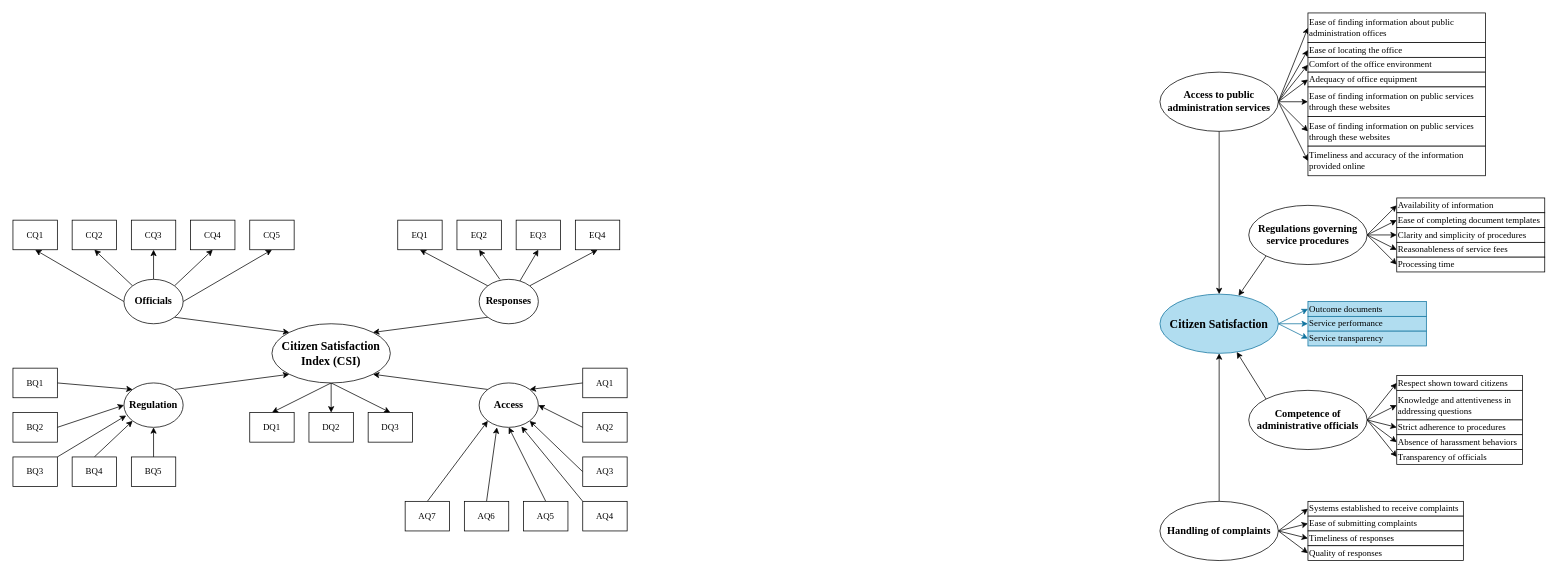
hnks-gh/draw.io keeps this draw.io diagram as r2.drawio. Above is the earlier version. Source tidied: cells renumbered, new cells numbered last; positions are measured from the earlier drawing's top-left corner, leaving out a move shared by most shapes. Both pictures are drawn from the tidied source at 74%, with x=0, y=0 at pixel (13, 13).
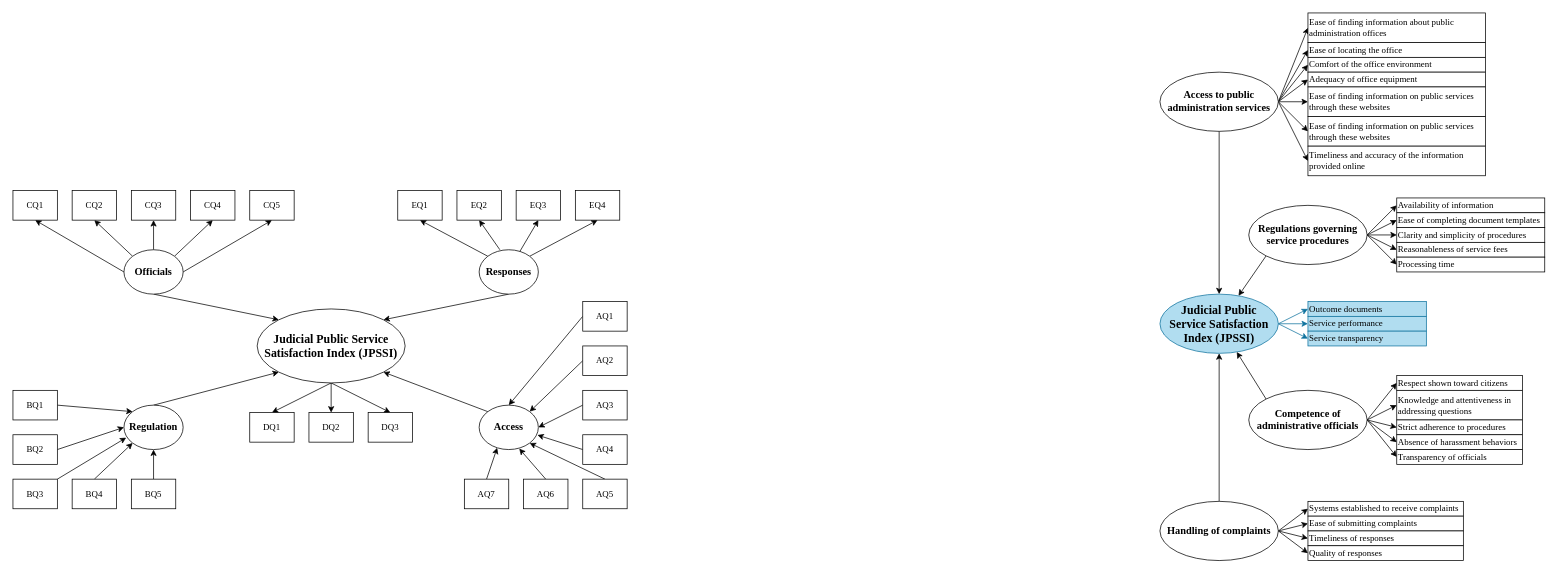
Above is the later version.

Change to the diagram source:
```diff
@@
-    <mxCell id="5" value="Citizen Satisfaction Index (CSI)" style="ellipse;whiteSpace=wrap;html=1;fontFamily=Times New Roman;fontStyle=1;fontSize=16;" parent="1" vertex="1">
-      <mxGeometry x="350" y="420" width="160" height="80" as="geometry" />
+    <mxCell id="5" value="Judicial Public Service Satisfaction Index (JPSSI)" style="ellipse;whiteSpace=wrap;html=1;fontFamily=Times New Roman;fontStyle=1;fontSize=16;" parent="1" vertex="1">
+      <mxGeometry x="330" y="400" width="200" height="100" as="geometry" />
     </mxCell>
-    <mxCell id="6" style="rounded=0;jettySize=auto;html=1;exitX=0;exitY=1;exitDx=0;exitDy=0;entryX=1;entryY=0;entryDx=0;entryDy=0;fontFamily=Times New Roman;" parent="1" edge="1" source="11" target="5">
+    <mxCell id="6" style="rounded=0;jettySize=auto;html=1;exitX=0.5;exitY=1;exitDx=0;exitDy=0;entryX=1;entryY=0;entryDx=0;entryDy=0;fontFamily=Times New Roman;" parent="1" edge="1" source="11" target="5">
       <mxGeometry relative="1" as="geometry" />
     </mxCell>
@@
     <mxCell id="11" value="Responses" style="ellipse;whiteSpace=wrap;html=1;fontFamily=Times New Roman;fontStyle=1;fontSize=14;" parent="1" vertex="1">
-      <mxGeometry x="630" y="360" width="80" height="60" as="geometry" />
+      <mxGeometry x="630" y="320" width="80" height="60" as="geometry" />
     </mxCell>
@@
     <mxCell id="13" value="Access" style="ellipse;whiteSpace=wrap;html=1;fontFamily=Times New Roman;fontStyle=1;fontSize=14;" parent="1" vertex="1">
-      <mxGeometry x="630" y="500" width="80" height="60" as="geometry" />
+      <mxGeometry x="630" y="530" width="80" height="60" as="geometry" />
     </mxCell>
-    <mxCell id="14" style="rounded=0;jettySize=auto;html=1;exitX=1;exitY=0;exitDx=0;exitDy=0;entryX=0;entryY=1;entryDx=0;entryDy=0;fontFamily=Times New Roman;" parent="1" edge="1" source="15" target="5">
+    <mxCell id="14" style="rounded=0;jettySize=auto;html=1;exitX=0.5;exitY=0;exitDx=0;exitDy=0;entryX=0;entryY=1;entryDx=0;entryDy=0;fontFamily=Times New Roman;" parent="1" edge="1" source="15" target="5">
       <mxGeometry relative="1" as="geometry" />
     </mxCell>
     <mxCell id="15" value="Regulation" style="ellipse;whiteSpace=wrap;html=1;fontFamily=Times New Roman;fontStyle=1;fontSize=14;" parent="1" vertex="1">
-      <mxGeometry x="150" y="500" width="80" height="60" as="geometry" />
+      <mxGeometry x="150" y="530" width="80" height="60" as="geometry" />
     </mxCell>
-    <mxCell id="16" style="rounded=0;jettySize=auto;html=1;exitX=1;exitY=1;exitDx=0;exitDy=0;entryX=0;entryY=0;entryDx=0;entryDy=0;fontFamily=Times New Roman;" parent="1" edge="1" source="22" target="5">
+    <mxCell id="16" style="rounded=0;jettySize=auto;html=1;exitX=0.5;exitY=1;exitDx=0;exitDy=0;entryX=0;entryY=0;entryDx=0;entryDy=0;fontFamily=Times New Roman;" parent="1" edge="1" source="22" target="5">
       <mxGeometry relative="1" as="geometry" />
     </mxCell>
@@
     <mxCell id="22" value="Officials" style="ellipse;whiteSpace=wrap;html=1;fontFamily=Times New Roman;fontStyle=1;fontSize=14;" parent="1" vertex="1">
-      <mxGeometry x="150" y="360" width="80" height="60" as="geometry" />
+      <mxGeometry x="150" y="320" width="80" height="60" as="geometry" />
     </mxCell>
@@
     <mxCell id="26" value="CQ1" style="rounded=0;whiteSpace=wrap;html=1;fontFamily=Times New Roman;" parent="1" vertex="1">
-      <mxGeometry y="280" width="60" height="40" as="geometry" />
+      <mxGeometry y="240" width="60" height="40" as="geometry" />
     </mxCell>
     <mxCell id="27" value="CQ2" style="rounded=0;whiteSpace=wrap;html=1;fontFamily=Times New Roman;" parent="1" vertex="1">
-      <mxGeometry x="80" y="280" width="60" height="40" as="geometry" />
+      <mxGeometry x="80" y="240" width="60" height="40" as="geometry" />
     </mxCell>
     <mxCell id="28" value="CQ3" style="rounded=0;whiteSpace=wrap;html=1;fontFamily=Times New Roman;" parent="1" vertex="1">
-      <mxGeometry x="160" y="280" width="60" height="40" as="geometry" />
+      <mxGeometry x="160" y="240" width="60" height="40" as="geometry" />
     </mxCell>
     <mxCell id="29" value="CQ4" style="rounded=0;whiteSpace=wrap;html=1;fontFamily=Times New Roman;" parent="1" vertex="1">
-      <mxGeometry x="240" y="280" width="60" height="40" as="geometry" />
+      <mxGeometry x="240" y="240" width="60" height="40" as="geometry" />
     </mxCell>
     <mxCell id="30" value="CQ5" style="rounded=0;whiteSpace=wrap;html=1;fontFamily=Times New Roman;" parent="1" vertex="1">
-      <mxGeometry x="320" y="280" width="60" height="40" as="geometry" />
+      <mxGeometry x="320" y="240" width="60" height="40" as="geometry" />
     </mxCell>
     <mxCell id="31" value="EQ1" style="rounded=0;whiteSpace=wrap;html=1;fontFamily=Times New Roman;" parent="1" vertex="1">
-      <mxGeometry x="520" y="280" width="60" height="40" as="geometry" />
+      <mxGeometry x="520" y="240" width="60" height="40" as="geometry" />
     </mxCell>
     <mxCell id="32" value="EQ2" style="rounded=0;whiteSpace=wrap;html=1;fontFamily=Times New Roman;" parent="1" vertex="1">
-      <mxGeometry x="600" y="280" width="60" height="40" as="geometry" />
+      <mxGeometry x="600" y="240" width="60" height="40" as="geometry" />
     </mxCell>
     <mxCell id="33" value="EQ3" style="rounded=0;whiteSpace=wrap;html=1;fontFamily=Times New Roman;" parent="1" vertex="1">
-      <mxGeometry x="680" y="280" width="60" height="40" as="geometry" />
+      <mxGeometry x="680" y="240" width="60" height="40" as="geometry" />
     </mxCell>
     <mxCell id="34" value="EQ4" style="rounded=0;whiteSpace=wrap;html=1;fontFamily=Times New Roman;" parent="1" vertex="1">
-      <mxGeometry x="760" y="280" width="60" height="40" as="geometry" />
+      <mxGeometry x="760" y="240" width="60" height="40" as="geometry" />
     </mxCell>
@@
     <mxCell id="36" value="BQ1" style="rounded=0;whiteSpace=wrap;html=1;fontFamily=Times New Roman;" parent="1" vertex="1">
-      <mxGeometry y="480" width="60" height="40" as="geometry" />
+      <mxGeometry y="510" width="60" height="40" as="geometry" />
     </mxCell>
@@
     <mxCell id="38" value="BQ2" style="rounded=0;whiteSpace=wrap;html=1;fontFamily=Times New Roman;" parent="1" vertex="1">
-      <mxGeometry y="540" width="60" height="40" as="geometry" />
+      <mxGeometry y="570" width="60" height="40" as="geometry" />
     </mxCell>
@@
     <mxCell id="40" value="BQ3" style="rounded=0;whiteSpace=wrap;html=1;fontFamily=Times New Roman;" parent="1" vertex="1">
-      <mxGeometry y="600" width="60" height="40" as="geometry" />
+      <mxGeometry y="630" width="60" height="40" as="geometry" />
     </mxCell>
@@
     <mxCell id="42" value="BQ4" style="rounded=0;whiteSpace=wrap;html=1;fontFamily=Times New Roman;" parent="1" vertex="1">
-      <mxGeometry x="80" y="600" width="60" height="40" as="geometry" />
+      <mxGeometry x="80" y="630" width="60" height="40" as="geometry" />
     </mxCell>
@@
     <mxCell id="44" value="BQ5" style="rounded=0;whiteSpace=wrap;html=1;fontFamily=Times New Roman;" parent="1" vertex="1">
-      <mxGeometry x="160" y="600" width="60" height="40" as="geometry" />
+      <mxGeometry x="160" y="630" width="60" height="40" as="geometry" />
     </mxCell>
-    <mxCell id="45" style="rounded=0;jettySize=auto;html=1;exitX=0;exitY=0.5;exitDx=0;exitDy=0;entryX=1;entryY=0;entryDx=0;entryDy=0;fontFamily=Times New Roman;" parent="1" edge="1" source="46" target="13">
+    <mxCell id="45" style="rounded=0;jettySize=auto;html=1;exitX=0;exitY=0.5;exitDx=0;exitDy=0;entryX=0.5;entryY=0;entryDx=0;entryDy=0;fontFamily=Times New Roman;" parent="1" edge="1" source="46" target="13">
       <mxGeometry relative="1" as="geometry" />
     </mxCell>
     <mxCell id="46" value="AQ1" style="rounded=0;whiteSpace=wrap;html=1;fontFamily=Times New Roman;" parent="1" vertex="1">
-      <mxGeometry x="770" y="480" width="60" height="40" as="geometry" />
+      <mxGeometry x="770" y="390" width="60" height="40" as="geometry" />
     </mxCell>
-    <mxCell id="47" style="rounded=0;jettySize=auto;html=1;exitX=0;exitY=0.5;exitDx=0;exitDy=0;entryX=1;entryY=0.5;entryDx=0;entryDy=0;fontFamily=Times New Roman;" parent="1" edge="1" source="48" target="13">
+    <mxCell id="47" style="rounded=0;jettySize=auto;html=1;exitX=0;exitY=0.5;exitDx=0;exitDy=0;entryX=1;entryY=0;entryDx=0;entryDy=0;fontFamily=Times New Roman;" parent="1" edge="1" source="48" target="13">
       <mxGeometry relative="1" as="geometry" />
     </mxCell>
     <mxCell id="48" value="AQ2" style="rounded=0;whiteSpace=wrap;html=1;fontFamily=Times New Roman;" parent="1" vertex="1">
-      <mxGeometry x="770" y="540" width="60" height="40" as="geometry" />
+      <mxGeometry x="770" y="450" width="60" height="40" as="geometry" />
     </mxCell>
-    <mxCell id="49" style="rounded=0;jettySize=auto;html=1;exitX=0;exitY=0.5;exitDx=0;exitDy=0;entryX=1;entryY=1;entryDx=0;entryDy=0;fontFamily=Times New Roman;" parent="1" edge="1" source="50" target="13">
+    <mxCell id="49" style="rounded=0;jettySize=auto;html=1;exitX=0;exitY=0.5;exitDx=0;exitDy=0;entryX=1;entryY=0.5;entryDx=0;entryDy=0;fontFamily=Times New Roman;" parent="1" edge="1" source="50" target="13">
       <mxGeometry relative="1" as="geometry" />
     </mxCell>
     <mxCell id="50" value="AQ3" style="rounded=0;whiteSpace=wrap;html=1;fontFamily=Times New Roman;" parent="1" vertex="1">
-      <mxGeometry x="770" y="600" width="60" height="40" as="geometry" />
+      <mxGeometry x="770" y="510" width="60" height="40" as="geometry" />
     </mxCell>
-    <mxCell id="51" style="rounded=0;jettySize=auto;html=1;exitX=0;exitY=0;exitDx=0;exitDy=0;entryX=0.713;entryY=0.983;entryDx=0;entryDy=0;entryPerimeter=0;fontFamily=Times New Roman;" parent="1" edge="1" source="52" target="13">
+    <mxCell id="51" style="rounded=0;jettySize=auto;html=1;exitX=0;exitY=0.5;exitDx=0;exitDy=0;entryX=0.984;entryY=0.674;entryDx=0;entryDy=0;fontFamily=Times New Roman;entryPerimeter=0;" parent="1" edge="1" source="52" target="13">
       <mxGeometry relative="1" as="geometry" />
     </mxCell>
     <mxCell id="52" value="AQ4" style="rounded=0;whiteSpace=wrap;html=1;fontFamily=Times New Roman;" parent="1" vertex="1">
-      <mxGeometry x="770" y="660" width="60" height="40" as="geometry" />
+      <mxGeometry x="770" y="570" width="60" height="40" as="geometry" />
     </mxCell>
-    <mxCell id="53" style="rounded=0;jettySize=auto;html=1;exitX=0.5;exitY=0;exitDx=0;exitDy=0;entryX=0.5;entryY=1;entryDx=0;entryDy=0;fontFamily=Times New Roman;" parent="1" edge="1" source="54" target="13">
+    <mxCell id="53" style="rounded=0;jettySize=auto;html=1;exitX=0.5;exitY=0;exitDx=0;exitDy=0;entryX=1;entryY=1;entryDx=0;entryDy=0;fontFamily=Times New Roman;" parent="1" edge="1" source="54" target="13">
       <mxGeometry relative="1" as="geometry" />
     </mxCell>
     <mxCell id="54" value="AQ5" style="rounded=0;whiteSpace=wrap;html=1;fontFamily=Times New Roman;" parent="1" vertex="1">
-      <mxGeometry x="690" y="660" width="60" height="40" as="geometry" />
+      <mxGeometry x="770" y="630" width="60" height="40" as="geometry" />
     </mxCell>
-    <mxCell id="55" style="rounded=0;jettySize=auto;html=1;exitX=0.5;exitY=0;exitDx=0;exitDy=0;entryX=0.3;entryY=1;entryDx=0;entryDy=0;entryPerimeter=0;fontFamily=Times New Roman;" parent="1" edge="1" source="56" target="13">
+    <mxCell id="55" style="rounded=0;jettySize=auto;html=1;exitX=0.5;exitY=0;exitDx=0;exitDy=0;entryX=0.677;entryY=0.979;entryDx=0;entryDy=0;fontFamily=Times New Roman;entryPerimeter=0;" parent="1" edge="1" source="56" target="13">
       <mxGeometry relative="1" as="geometry" />
     </mxCell>
     <mxCell id="56" value="AQ6" style="rounded=0;whiteSpace=wrap;html=1;fontFamily=Times New Roman;" parent="1" vertex="1">
-      <mxGeometry x="610" y="660" width="60" height="40" as="geometry" />
+      <mxGeometry x="690" y="630" width="60" height="40" as="geometry" />
     </mxCell>
-    <mxCell id="57" style="rounded=0;jettySize=auto;html=1;exitX=0.5;exitY=0;exitDx=0;exitDy=0;entryX=0;entryY=1;entryDx=0;entryDy=0;fontFamily=Times New Roman;" parent="1" edge="1" source="58" target="13">
+    <mxCell id="57" style="rounded=0;jettySize=auto;html=1;exitX=0.5;exitY=0;exitDx=0;exitDy=0;entryX=0.305;entryY=0.96;entryDx=0;entryDy=0;fontFamily=Times New Roman;entryPerimeter=0;" parent="1" edge="1" source="58" target="13">
       <mxGeometry relative="1" as="geometry" />
     </mxCell>
     <mxCell id="58" value="AQ7" style="rounded=0;whiteSpace=wrap;html=1;fontFamily=Times New Roman;" parent="1" vertex="1">
-      <mxGeometry x="530" y="660" width="60" height="40" as="geometry" />
+      <mxGeometry x="610" y="630" width="60" height="40" as="geometry" />
     </mxCell>
@@
-    <mxCell id="62" value="&lt;b&gt;&lt;font style=&quot;font-size: 16px;&quot;&gt;Citizen Satisfaction&lt;/font&gt;&lt;/b&gt;" style="ellipse;whiteSpace=wrap;html=1;fillColor=#b1ddf0;strokeColor=#10739e;fontFamily=Times New Roman;" parent="1" vertex="1">
+    <mxCell id="62" value="&lt;span style=&quot;font-size: 16px;&quot;&gt;&lt;b&gt;Judicial Public&lt;/b&gt;&lt;/span&gt;&lt;div&gt;&lt;span style=&quot;font-size: 16px;&quot;&gt;&lt;b&gt;Service Satisfaction Index (JPSSI)&lt;/b&gt;&lt;/span&gt;&lt;/div&gt;" style="ellipse;whiteSpace=wrap;html=1;fillColor=#b1ddf0;strokeColor=#10739e;fontFamily=Times New Roman;" parent="1" vertex="1">
       <mxGeometry x="1550" y="380" width="160" height="80" as="geometry" />
     </mxCell>
```
